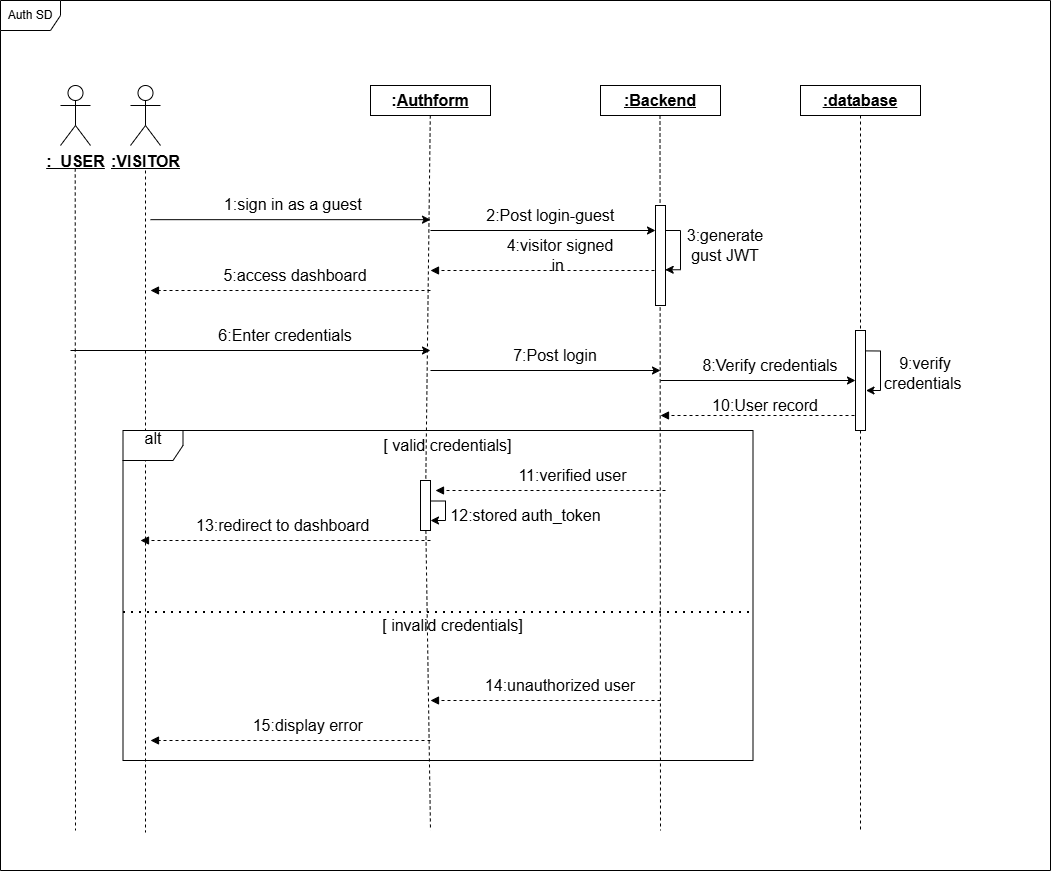
The draw.io diagram uploads/diagrams/sprint 1 sequence.drawio.png in guizanimohamed23/report, before a commit. Source tidied: cells renumbered, new cells last; positions are measured from the earlier drawing's top-left corner, leaving out a move shared by most shapes.
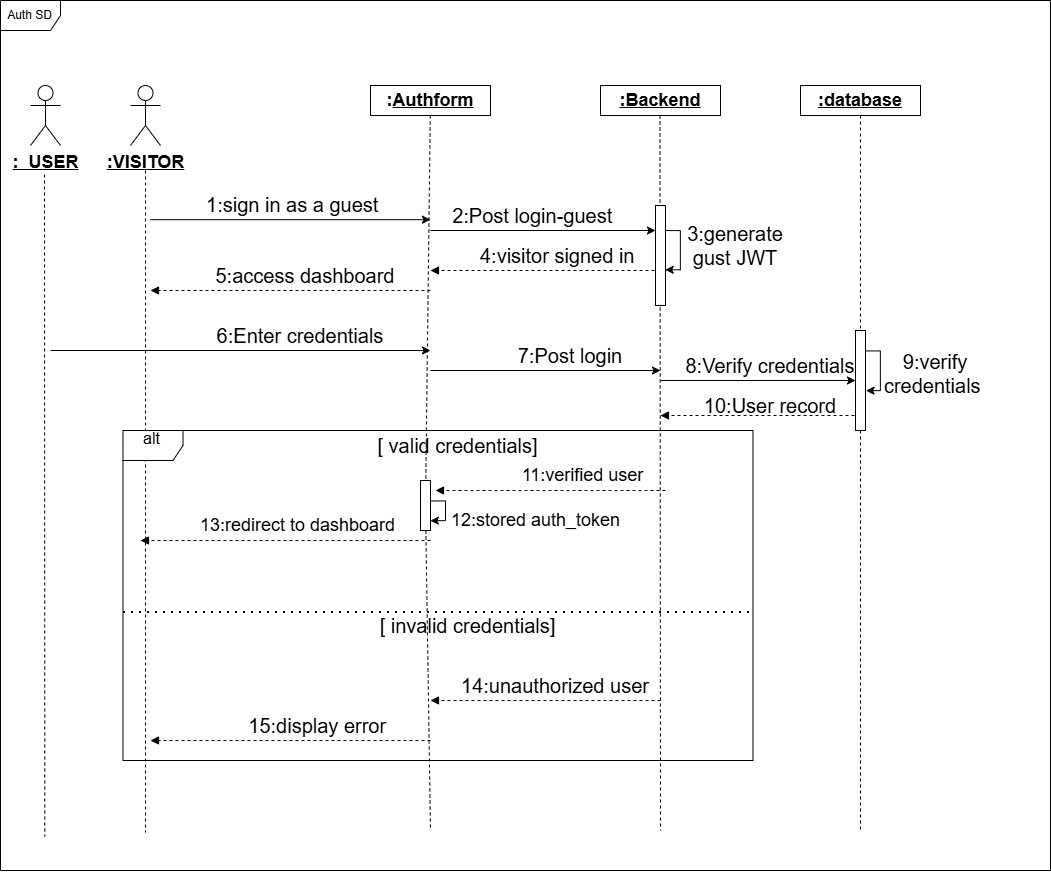
After the commit.

What changed in the source:
```diff
@@ -2,7 +2,7 @@
   <root>
     <mxCell id="0" />
     <mxCell id="1" parent="0" />
-    <mxCell id="2" value="&lt;b&gt;&lt;u&gt;&lt;font style=&quot;font-size: 16px;&quot;&gt;:VISITOR&lt;/font&gt;&lt;/u&gt;&lt;/b&gt;" style="shape=umlActor;verticalLabelPosition=bottom;verticalAlign=top;html=1;" parent="1" vertex="1">
+    <mxCell id="2" value="&lt;b&gt;&lt;u&gt;&lt;font style=&quot;font-size: 18px;&quot;&gt;:VISITOR&lt;/font&gt;&lt;/u&gt;&lt;/b&gt;" style="shape=umlActor;verticalLabelPosition=bottom;verticalAlign=top;html=1;" parent="1" vertex="1">
       <mxGeometry x="130" y="85" width="30" height="60" as="geometry" />
     </mxCell>
     <mxCell id="3" style="endArrow=none;html=1;rounded=0;dashed=1;endFill=0;" parent="1" edge="1">
@@ -11,10 +11,10 @@
         <mxPoint x="145" y="831.9" as="targetPoint" />
       </mxGeometry>
     </mxCell>
-    <mxCell id="4" value="&lt;font style=&quot;font-size: 16px;&quot;&gt;&lt;b&gt;:&lt;/b&gt;&lt;u&gt;&lt;b&gt;Authform&lt;/b&gt;&lt;/u&gt;&lt;/font&gt;" style="rounded=0;whiteSpace=wrap;html=1;" parent="1" vertex="1">
+    <mxCell id="4" value="&lt;font style=&quot;font-size: 18px;&quot;&gt;&lt;b style=&quot;&quot;&gt;:&lt;/b&gt;&lt;u style=&quot;&quot;&gt;&lt;b style=&quot;&quot;&gt;Authform&lt;/b&gt;&lt;/u&gt;&lt;/font&gt;" style="rounded=0;whiteSpace=wrap;html=1;" parent="1" vertex="1">
       <mxGeometry x="370" y="85" width="120" height="30" as="geometry" />
     </mxCell>
-    <mxCell id="5" value="&lt;u&gt;&lt;b&gt;&lt;font style=&quot;font-size: 16px;&quot;&gt;:Backend&lt;/font&gt;&lt;/b&gt;&lt;/u&gt;" style="rounded=0;whiteSpace=wrap;html=1;" parent="1" vertex="1">
+    <mxCell id="5" value="&lt;u&gt;&lt;b&gt;&lt;font style=&quot;font-size: 18px;&quot;&gt;:Backend&lt;/font&gt;&lt;/b&gt;&lt;/u&gt;" style="rounded=0;whiteSpace=wrap;html=1;" parent="1" vertex="1">
       <mxGeometry x="600" y="85" width="120" height="30" as="geometry" />
     </mxCell>
     <mxCell id="6" style="endArrow=none;html=1;rounded=0;dashed=1;endFill=0;" parent="1" edge="1" source="49">
@@ -28,7 +28,7 @@
         <mxPoint x="660" y="830" as="targetPoint" />
       </mxGeometry>
     </mxCell>
-    <mxCell id="8" value="&lt;b&gt;&lt;u&gt;&lt;font style=&quot;font-size: 16px;&quot;&gt;:database&lt;/font&gt;&lt;/u&gt;&lt;/b&gt;" style="rounded=0;whiteSpace=wrap;html=1;" parent="1" vertex="1">
+    <mxCell id="8" value="&lt;b&gt;&lt;u&gt;&lt;font style=&quot;font-size: 18px;&quot;&gt;:database&lt;/font&gt;&lt;/u&gt;&lt;/b&gt;" style="rounded=0;whiteSpace=wrap;html=1;" parent="1" vertex="1">
       <mxGeometry x="800" y="85" width="120" height="30" as="geometry" />
     </mxCell>
     <mxCell id="9" style="endArrow=none;html=1;rounded=0;dashed=1;endFill=0;exitX=1;exitY=0.5;exitDx=0;exitDy=0;" parent="1" edge="1" source="36">
@@ -36,13 +36,13 @@
         <mxPoint x="860" y="830" as="targetPoint" />
       </mxGeometry>
     </mxCell>
-    <mxCell id="10" value="&lt;b&gt;&lt;u&gt;&lt;font style=&quot;font-size: 16px;&quot;&gt;:&amp;nbsp; USER&lt;/font&gt;&lt;/u&gt;&lt;/b&gt;" style="shape=umlActor;verticalLabelPosition=bottom;verticalAlign=top;html=1;" parent="1" vertex="1">
-      <mxGeometry x="60" y="85" width="30" height="60" as="geometry" />
+    <mxCell id="10" value="&lt;b&gt;&lt;u&gt;&lt;font style=&quot;font-size: 18px;&quot;&gt;:&amp;nbsp; USER&lt;/font&gt;&lt;/u&gt;&lt;/b&gt;" style="shape=umlActor;verticalLabelPosition=bottom;verticalAlign=top;html=1;" parent="1" vertex="1">
+      <mxGeometry x="30" y="85" width="30" height="60" as="geometry" />
     </mxCell>
     <mxCell id="11" style="endArrow=none;html=1;rounded=0;dashed=1;endFill=0;" parent="1" edge="1">
       <mxGeometry relative="1" as="geometry">
-        <mxPoint x="74.7" y="168" as="sourcePoint" />
-        <mxPoint x="75" y="830" as="targetPoint" />
+        <mxPoint x="44" y="174" as="sourcePoint" />
+        <mxPoint x="44.3" y="836" as="targetPoint" />
       </mxGeometry>
     </mxCell>
     <mxCell id="12" style="endArrow=classic;html=1;rounded=0;" parent="1" edge="1">
@@ -51,8 +51,8 @@
         <mxPoint x="430" y="219.2" as="targetPoint" />
       </mxGeometry>
     </mxCell>
-    <mxCell id="13" value="&lt;font style=&quot;font-size: 16px;&quot;&gt;1:sign in as a guest&amp;nbsp;&lt;/font&gt;" style="text;html=1;whiteSpace=wrap;strokeColor=none;fillColor=none;align=center;verticalAlign=middle;rounded=0;" parent="1" vertex="1">
-      <mxGeometry x="220" y="189.2" width="150" height="30" as="geometry" />
+    <mxCell id="13" value="&lt;font style=&quot;font-size: 20px;&quot;&gt;1:sign in as a guest&amp;nbsp;&lt;/font&gt;" style="text;html=1;whiteSpace=wrap;strokeColor=none;fillColor=none;align=center;verticalAlign=middle;rounded=0;" parent="1" vertex="1">
+      <mxGeometry x="200" y="189.2" width="190" height="30" as="geometry" />
     </mxCell>
     <mxCell id="14" style="endArrow=classic;html=1;rounded=0;entryX=0.25;entryY=1;entryDx=0;entryDy=0;" parent="1" edge="1" target="43">
       <mxGeometry relative="1" as="geometry">
@@ -73,7 +73,7 @@
     </mxCell>
     <mxCell id="17" style="endArrow=classic;html=1;rounded=0;" parent="1" edge="1">
       <mxGeometry relative="1" as="geometry">
-        <mxPoint x="70" y="350" as="sourcePoint" />
+        <mxPoint x="50" y="350" as="sourcePoint" />
         <mxPoint x="430" y="350" as="targetPoint" />
       </mxGeometry>
     </mxCell>
@@ -94,8 +94,8 @@
         <mxPoint x="660" y="415" as="targetPoint" />
       </mxGeometry>
     </mxCell>
-    <mxCell id="21" value="&lt;font style=&quot;font-size: 16px;&quot;&gt;[ valid credentials]&lt;/font&gt;" style="text;html=1;whiteSpace=wrap;strokeColor=none;fillColor=none;align=center;verticalAlign=middle;rounded=0;" parent="1" vertex="1">
-      <mxGeometry x="375" y="430" width="145" height="30" as="geometry" />
+    <mxCell id="21" value="&lt;font style=&quot;font-size: 20px;&quot;&gt;[ valid credentials]&lt;/font&gt;" style="text;html=1;whiteSpace=wrap;strokeColor=none;fillColor=none;align=center;verticalAlign=middle;rounded=0;" parent="1" vertex="1">
+      <mxGeometry x="375" y="430" width="165" height="30" as="geometry" />
     </mxCell>
     <mxCell id="22" style="endArrow=block;html=1;rounded=0;dashed=1;endFill=1;" parent="1" edge="1">
       <mxGeometry relative="1" as="geometry">
@@ -127,25 +127,25 @@
         <mxPoint x="150" y="740" as="targetPoint" />
       </mxGeometry>
     </mxCell>
-    <mxCell id="28" value="&lt;font style=&quot;font-size: 16px;&quot;&gt;[ invalid credentials]&lt;/font&gt;" style="text;html=1;whiteSpace=wrap;strokeColor=none;fillColor=none;align=center;verticalAlign=middle;rounded=0;" parent="1" vertex="1">
-      <mxGeometry x="375" y="610" width="155" height="30" as="geometry" />
+    <mxCell id="28" value="&lt;font style=&quot;font-size: 20px;&quot;&gt;[ invalid credentials]&lt;/font&gt;" style="text;html=1;whiteSpace=wrap;strokeColor=none;fillColor=none;align=center;verticalAlign=middle;rounded=0;rotation=0;" parent="1" vertex="1">
+      <mxGeometry x="375" y="610" width="185" height="30" as="geometry" />
     </mxCell>
-    <mxCell id="29" value="&lt;font style=&quot;font-size: 16px;&quot;&gt;2:Post login-guest&amp;nbsp;&lt;/font&gt;" style="text;html=1;whiteSpace=wrap;strokeColor=none;fillColor=none;align=center;verticalAlign=middle;rounded=0;" parent="1" vertex="1">
-      <mxGeometry x="485" y="200" width="135" height="30" as="geometry" />
+    <mxCell id="29" value="&lt;font style=&quot;font-size: 20px;&quot;&gt;2:Post login-guest&amp;nbsp;&lt;/font&gt;" style="text;html=1;whiteSpace=wrap;strokeColor=none;fillColor=none;align=center;verticalAlign=middle;rounded=0;" parent="1" vertex="1">
+      <mxGeometry x="450" y="200" width="170" height="30" as="geometry" />
     </mxCell>
-    <mxCell id="30" value="&lt;font style=&quot;font-size: 16px;&quot;&gt;4:visitor signed in&amp;nbsp;&lt;/font&gt;" style="text;html=1;whiteSpace=wrap;strokeColor=none;fillColor=none;align=center;verticalAlign=middle;rounded=0;" parent="1" vertex="1">
-      <mxGeometry x="500" y="240" width="120" height="30" as="geometry" />
+    <mxCell id="30" value="&lt;font style=&quot;font-size: 20px;&quot;&gt;4:visitor signed in&amp;nbsp;&lt;/font&gt;" style="text;html=1;whiteSpace=wrap;strokeColor=none;fillColor=none;align=center;verticalAlign=middle;rounded=0;" parent="1" vertex="1">
+      <mxGeometry x="470" y="240" width="180" height="30" as="geometry" />
     </mxCell>
-    <mxCell id="31" value="&lt;font style=&quot;font-size: 16px;&quot;&gt;5:access dashboard&lt;/font&gt;" style="text;html=1;whiteSpace=wrap;strokeColor=none;fillColor=none;align=center;verticalAlign=middle;rounded=0;fontFamily=Helvetica;fontSize=12;fontColor=default;" parent="1" vertex="1">
-      <mxGeometry x="220" y="260" width="150" height="30" as="geometry" />
+    <mxCell id="31" value="&lt;font style=&quot;font-size: 20px;&quot;&gt;5:access dashboard&lt;/font&gt;" style="text;html=1;whiteSpace=wrap;strokeColor=none;fillColor=none;align=center;verticalAlign=middle;rounded=0;fontFamily=Helvetica;fontSize=12;fontColor=default;" parent="1" vertex="1">
+      <mxGeometry x="210" y="260" width="190" height="30" as="geometry" />
     </mxCell>
-    <mxCell id="32" value="&lt;font style=&quot;font-size: 16px;&quot;&gt;6:Enter credentials&lt;/font&gt;" style="text;html=1;whiteSpace=wrap;strokeColor=none;fillColor=none;align=center;verticalAlign=middle;rounded=0;" parent="1" vertex="1">
-      <mxGeometry x="210" y="320" width="150" height="30" as="geometry" />
+    <mxCell id="32" value="&lt;font style=&quot;font-size: 20px;&quot;&gt;6:Enter credentials&lt;/font&gt;" style="text;html=1;whiteSpace=wrap;strokeColor=none;fillColor=none;align=center;verticalAlign=middle;rounded=0;" parent="1" vertex="1">
+      <mxGeometry x="210" y="320" width="180" height="30" as="geometry" />
     </mxCell>
-    <mxCell id="33" value="&lt;font style=&quot;font-size: 16px;&quot;&gt;7:Post login&lt;/font&gt;" style="text;html=1;whiteSpace=wrap;strokeColor=none;fillColor=none;align=center;verticalAlign=middle;rounded=0;" parent="1" vertex="1">
-      <mxGeometry x="510" y="340" width="90" height="30" as="geometry" />
+    <mxCell id="33" value="&lt;font style=&quot;font-size: 20px;&quot;&gt;7:Post login&lt;/font&gt;" style="text;html=1;whiteSpace=wrap;strokeColor=none;fillColor=none;align=center;verticalAlign=middle;rounded=0;" parent="1" vertex="1">
+      <mxGeometry x="510" y="340" width="120" height="30" as="geometry" />
     </mxCell>
-    <mxCell id="34" value="&lt;font style=&quot;font-size: 16px;&quot;&gt;8:Verify credentials&lt;/font&gt;" style="text;html=1;whiteSpace=wrap;strokeColor=none;fillColor=none;align=center;verticalAlign=middle;rounded=0;" parent="1" vertex="1">
+    <mxCell id="34" value="&lt;font style=&quot;font-size: 20px;&quot;&gt;8:Verify credentials&lt;/font&gt;" style="text;html=1;whiteSpace=wrap;strokeColor=none;fillColor=none;align=center;verticalAlign=middle;rounded=0;" parent="1" vertex="1">
       <mxGeometry x="660" y="350" width="220" height="30" as="geometry" />
     </mxCell>
     <mxCell id="35" style="endArrow=none;html=1;rounded=0;dashed=1;endFill=0;exitX=0.5;exitY=1;exitDx=0;exitDy=0;" parent="1" edge="1" source="8" target="36">
@@ -163,20 +163,20 @@
         </Array>
       </mxGeometry>
     </mxCell>
-    <mxCell id="38" value="&lt;font style=&quot;font-size: 16px;&quot;&gt;9:verify credentials&amp;nbsp;&lt;/font&gt;" style="text;html=1;whiteSpace=wrap;strokeColor=none;fillColor=none;align=center;verticalAlign=middle;rounded=0;rotation=0;" parent="1" vertex="1">
-      <mxGeometry x="880" y="355" width="90" height="35" as="geometry" />
+    <mxCell id="38" value="&lt;font style=&quot;font-size: 20px;&quot;&gt;9:verify credentials&amp;nbsp;&lt;/font&gt;" style="text;html=1;whiteSpace=wrap;strokeColor=none;fillColor=none;align=center;verticalAlign=middle;rounded=0;rotation=0;" parent="1" vertex="1">
+      <mxGeometry x="890" y="355" width="90" height="35" as="geometry" />
     </mxCell>
-    <mxCell id="39" value="&lt;font style=&quot;font-size: 16px;&quot;&gt;11:verified user&lt;/font&gt;" style="text;html=1;whiteSpace=wrap;strokeColor=none;fillColor=none;align=center;verticalAlign=middle;rounded=0;" parent="1" vertex="1">
-      <mxGeometry x="515" y="460" width="115" height="30" as="geometry" />
+    <mxCell id="39" value="&lt;font style=&quot;font-size: 18px;&quot;&gt;11:verified user&lt;/font&gt;" style="text;html=1;whiteSpace=wrap;strokeColor=none;fillColor=none;align=center;verticalAlign=middle;rounded=0;" parent="1" vertex="1">
+      <mxGeometry x="515" y="460" width="135" height="30" as="geometry" />
     </mxCell>
-    <mxCell id="40" value="&lt;font style=&quot;font-size: 16px;&quot;&gt;13:redirect to dashboard&amp;nbsp;&lt;/font&gt;" style="text;html=1;whiteSpace=wrap;strokeColor=none;fillColor=none;align=center;verticalAlign=middle;rounded=0;" parent="1" vertex="1">
-      <mxGeometry x="190" y="510" width="190" height="30" as="geometry" />
+    <mxCell id="40" value="&lt;font style=&quot;font-size: 18px;&quot;&gt;13:redirect to dashboard&amp;nbsp;&lt;/font&gt;" style="text;html=1;whiteSpace=wrap;strokeColor=none;fillColor=none;align=center;verticalAlign=middle;rounded=0;" parent="1" vertex="1">
+      <mxGeometry x="190" y="510" width="220" height="30" as="geometry" />
     </mxCell>
-    <mxCell id="41" value="&lt;font style=&quot;font-size: 16px;&quot;&gt;14:unauthorized user&lt;/font&gt;" style="text;html=1;whiteSpace=wrap;strokeColor=none;fillColor=none;align=center;verticalAlign=middle;rounded=0;" parent="1" vertex="1">
-      <mxGeometry x="481.2" y="670" width="157.5" height="30" as="geometry" />
+    <mxCell id="41" value="&lt;font style=&quot;font-size: 20px;&quot;&gt;14:unauthorized user&lt;/font&gt;" style="text;html=1;whiteSpace=wrap;strokeColor=none;fillColor=none;align=center;verticalAlign=middle;rounded=0;" parent="1" vertex="1">
+      <mxGeometry x="460" y="670" width="190" height="30" as="geometry" />
     </mxCell>
-    <mxCell id="42" value="&lt;font style=&quot;font-size: 16px;&quot;&gt;15:display error&amp;nbsp;&lt;/font&gt;" style="text;html=1;whiteSpace=wrap;strokeColor=none;fillColor=none;align=center;verticalAlign=middle;rounded=0;" parent="1" vertex="1">
-      <mxGeometry x="240" y="710" width="140" height="30" as="geometry" />
+    <mxCell id="42" value="&lt;font style=&quot;font-size: 20px;&quot;&gt;15:display error&amp;nbsp;&lt;/font&gt;" style="text;html=1;whiteSpace=wrap;strokeColor=none;fillColor=none;align=center;verticalAlign=middle;rounded=0;" parent="1" vertex="1">
+      <mxGeometry x="240" y="710" width="160" height="30" as="geometry" />
     </mxCell>
     <mxCell id="43" style="rounded=0;whiteSpace=wrap;html=1;rotation=90;" parent="1" vertex="1">
       <mxGeometry x="610" y="250" width="100" height="10" as="geometry" />
@@ -189,11 +189,11 @@
         </Array>
       </mxGeometry>
     </mxCell>
-    <mxCell id="45" value="&lt;font style=&quot;font-size: 16px;&quot;&gt;3:generate gust JWT&lt;/font&gt;" style="text;html=1;whiteSpace=wrap;strokeColor=none;fillColor=none;align=center;verticalAlign=middle;rounded=0;" parent="1" vertex="1">
-      <mxGeometry x="690" y="230" width="70" height="30" as="geometry" />
+    <mxCell id="45" value="&lt;font style=&quot;font-size: 20px;&quot;&gt;3:generate gust JWT&lt;/font&gt;" style="text;html=1;whiteSpace=wrap;strokeColor=none;fillColor=none;align=center;verticalAlign=middle;rounded=0;" parent="1" vertex="1">
+      <mxGeometry x="690" y="230" width="90" height="30" as="geometry" />
     </mxCell>
-    <mxCell id="46" value="&lt;font style=&quot;font-size: 16px;&quot;&gt;10:User record&lt;/font&gt;" style="text;html=1;whiteSpace=wrap;strokeColor=none;fillColor=none;align=center;verticalAlign=middle;rounded=0;" parent="1" vertex="1">
-      <mxGeometry x="710" y="390" width="110" height="30" as="geometry" />
+    <mxCell id="46" value="&lt;font style=&quot;font-size: 20px;&quot;&gt;10:User record&lt;/font&gt;" style="text;html=1;whiteSpace=wrap;strokeColor=none;fillColor=none;align=center;verticalAlign=middle;rounded=0;" parent="1" vertex="1">
+      <mxGeometry x="700" y="390" width="140" height="30" as="geometry" />
     </mxCell>
     <mxCell id="47" value="Auth SD" style="shape=umlFrame;whiteSpace=wrap;html=1;" parent="1" vertex="1">
       <mxGeometry width="1050" height="870" as="geometry" />
@@ -216,8 +216,8 @@
         </Array>
       </mxGeometry>
     </mxCell>
-    <mxCell id="51" value="&lt;div style=&quot;text-align: start;&quot;&gt;&lt;span style=&quot;background-color: transparent;&quot;&gt;&lt;font style=&quot;font-size: 16px;&quot;&gt;12:stored auth_token&lt;/font&gt;&lt;/span&gt;&lt;/div&gt;" style="text;html=1;align=center;verticalAlign=middle;strokeColor=none;fillColor=none;" parent="1" vertex="1">
-      <mxGeometry x="440" y="500" width="170" height="30" as="geometry" />
+    <mxCell id="51" value="&lt;div style=&quot;text-align: start;&quot;&gt;&lt;span style=&quot;background-color: transparent;&quot;&gt;&lt;font style=&quot;font-size: 18px;&quot;&gt;12:stored auth_token&lt;/font&gt;&lt;/span&gt;&lt;/div&gt;" style="text;html=1;align=center;verticalAlign=middle;strokeColor=none;fillColor=none;" parent="1" vertex="1">
+      <mxGeometry x="440" y="500" width="190" height="40" as="geometry" />
     </mxCell>
   </root>
 </mxGraphModel>
```
